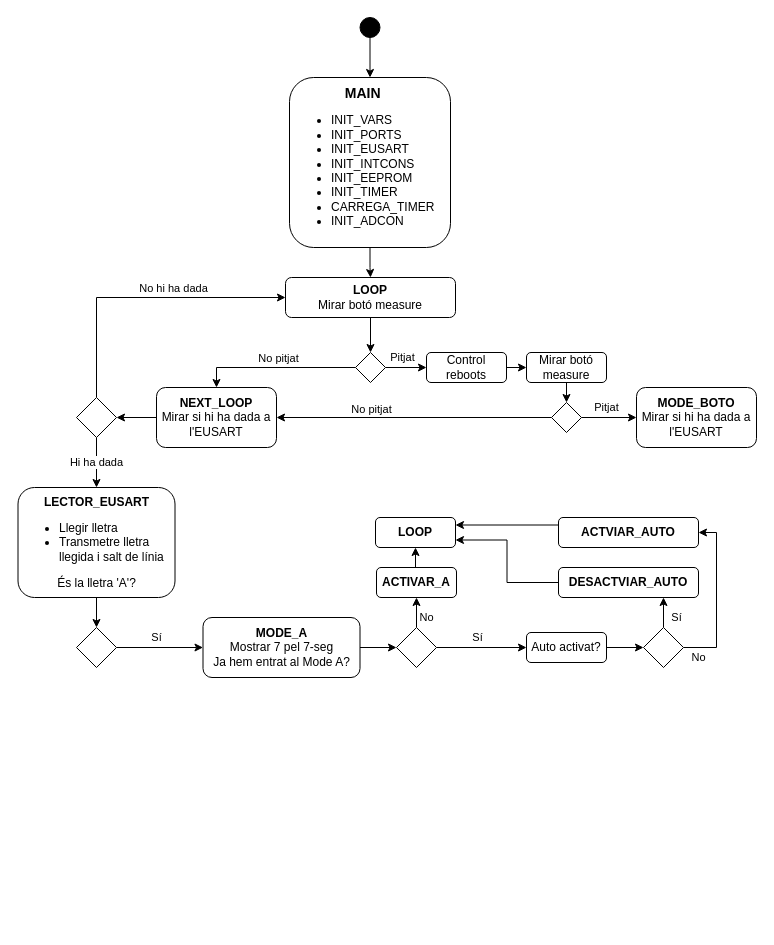
Earlier version of the draw.io diagram DiagramaSoftware.drawio (mvalsells/LS-SDM-P2-SONO). Source tidied: cells renumbered, new cells numbered last; positions are measured from the earlier drawing's top-left corner, leaving out a move shared by most shapes. Both pictures are drawn from the tidied source at 100%, with x=0, y=0 at pixel (18, 17).
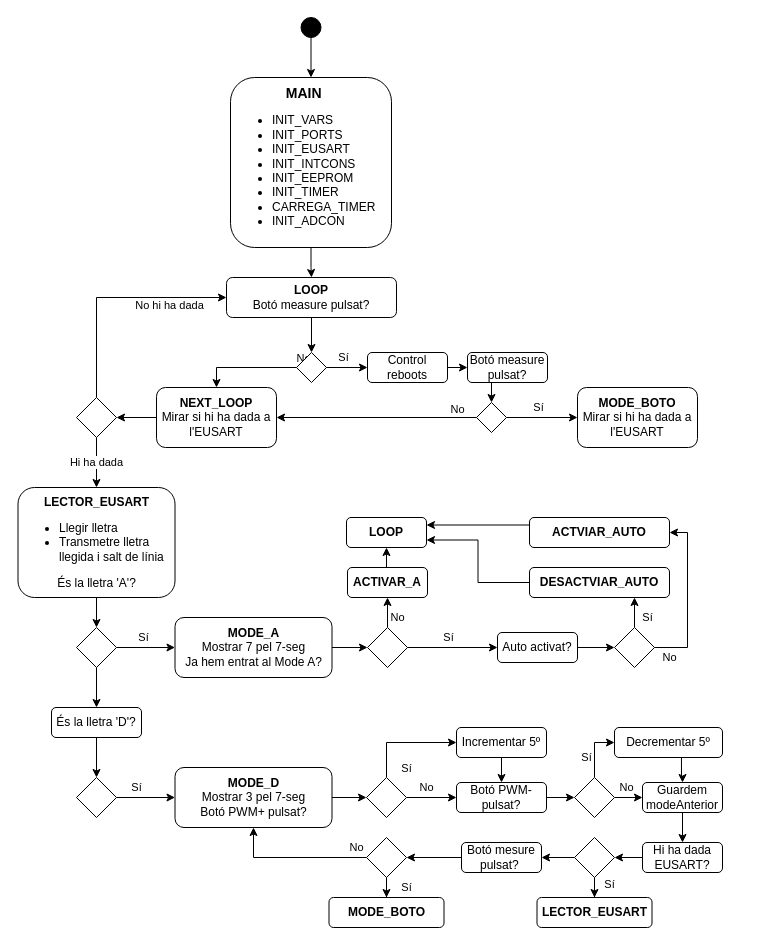
After the change.

Commit message (it also covers changes not shown here):
DiagramaSoftware Mode D

The change refers to these unchanged cells:
```xml
<mxCell id="9" style="edgeStyle=orthogonalEdgeStyle;rounded=0;jettySize=auto;html=1;exitX=0;exitY=0.5;exitDx=0;exitDy=0;entryX=0.5;entryY=0;entryDx=0;entryDy=0;" parent="1" edge="1" source="21" target="14">
  <mxGeometry relative="1" as="geometry" />
</mxCell>
<mxCell id="17" style="edgeStyle=orthogonalEdgeStyle;rounded=0;jettySize=auto;html=1;exitX=0;exitY=0.5;exitDx=0;exitDy=0;" parent="1" edge="1" source="20" target="14">
  <mxGeometry relative="1" as="geometry" />
</mxCell>
<mxCell id="30" style="rhombus;whiteSpace=wrap;html=1;fillColor=#FFFFFF;" parent="1" vertex="1">
  <mxGeometry x="58" y="610" width="40" height="40" as="geometry" />
</mxCell>
```

Diff of the diagram source:
```diff
@@
     <mxCell id="3" style="ellipse;whiteSpace=wrap;html=1;fillColor=#000000;" parent="1" vertex="1">
-      <mxGeometry x="341.5" width="20" height="20" as="geometry" />
+      <mxGeometry x="282.5" width="20" height="20" as="geometry" />
     </mxCell>
@@
     <mxCell id="5" value="&lt;div style=&quot;text-align: center&quot;&gt;&lt;b&gt;&lt;font style=&quot;font-size: 14px&quot;&gt;MAIN&lt;/font&gt;&lt;/b&gt;&lt;/div&gt;&lt;div&gt;&lt;ul&gt;&lt;li&gt;&lt;span&gt;INIT_VARS&lt;/span&gt;&lt;/li&gt;&lt;li&gt;&lt;span&gt;INIT_PORTS&lt;/span&gt;&lt;/li&gt;&lt;li&gt;&lt;span&gt;INIT_EUSART&lt;/span&gt;&lt;/li&gt;&lt;li&gt;&lt;span&gt;INIT_INTCONS&lt;/span&gt;&lt;/li&gt;&lt;li&gt;&lt;span&gt;INIT_EEPROM&lt;/span&gt;&lt;/li&gt;&lt;li&gt;&lt;span&gt;INIT_TIMER&lt;/span&gt;&lt;/li&gt;&lt;li&gt;CARREGA_TIMER&lt;/li&gt;&lt;li&gt;INIT_ADCON&lt;/li&gt;&lt;/ul&gt;&lt;/div&gt;" style="rounded=1;whiteSpace=wrap;html=1;fillColor=#FFFFFF;align=left;" parent="1" vertex="1">
-      <mxGeometry x="271" y="60" width="161" height="170" as="geometry" />
+      <mxGeometry x="212" y="60" width="161" height="170" as="geometry" />
     </mxCell>
@@
-    <mxCell id="7" value="&lt;b&gt;LOOP&lt;/b&gt;&lt;br&gt;Mirar botó measure" style="rounded=1;whiteSpace=wrap;html=1;fillColor=#FFFFFF;" parent="1" vertex="1">
-      <mxGeometry x="267" y="260" width="170" height="40" as="geometry" />
+    <mxCell id="7" value="&lt;b&gt;LOOP&lt;/b&gt;&lt;br&gt;Botó measure pulsat?" style="rounded=1;whiteSpace=wrap;html=1;fillColor=#FFFFFF;" parent="1" vertex="1">
+      <mxGeometry x="208" y="260" width="170" height="40" as="geometry" />
     </mxCell>
-    <mxCell id="8" value="Pitjat" style="edgeStyle=orthogonalEdgeStyle;rounded=0;jettySize=auto;html=1;exitX=1;exitY=0.5;exitDx=0;exitDy=0;entryX=0;entryY=0.5;entryDx=0;entryDy=0;" parent="1" edge="1" source="21" target="12">
+    <mxCell id="8" value="Sí" style="edgeStyle=orthogonalEdgeStyle;rounded=0;jettySize=auto;html=1;exitX=1;exitY=0.5;exitDx=0;exitDy=0;entryX=0;entryY=0.5;entryDx=0;entryDy=0;" parent="1" edge="1" source="21" target="12">
       <mxGeometry x="-0.18" y="10" relative="1" as="geometry" />
     </mxCell>
@@
-    <mxCell id="10" value="No pitjat" style="edgeLabel;html=1;align=center;verticalAlign=middle;" parent="9" vertex="1">
+    <mxCell id="10" value="No" style="edgeLabel;html=1;align=center;verticalAlign=middle;" parent="9" vertex="1">
       <mxGeometry x="0.21" y="-4" relative="1" as="geometry">
-        <mxPoint x="18" y="-6" as="offset" />
+        <mxPoint x="67" y="-6" as="offset" />
       </mxGeometry>
     </mxCell>
@@
     <mxCell id="12" value="Control reboots" style="rounded=1;whiteSpace=wrap;html=1;fillColor=#FFFFFF;" parent="1" vertex="1">
-      <mxGeometry x="408" y="335" width="80" height="30" as="geometry" />
+      <mxGeometry x="349" y="335" width="80" height="30" as="geometry" />
     </mxCell>
@@
-    <mxCell id="16" value="Mirar botó measure" style="rounded=1;whiteSpace=wrap;html=1;fillColor=#FFFFFF;" parent="1" vertex="1">
-      <mxGeometry x="508" y="335" width="80" height="30" as="geometry" />
+    <mxCell id="16" value="Botó measure pulsat?" style="rounded=1;whiteSpace=wrap;html=1;fillColor=#FFFFFF;" parent="1" vertex="1">
+      <mxGeometry x="449" y="335" width="80" height="30" as="geometry" />
     </mxCell>
@@
-    <mxCell id="18" value="No pitjat" style="edgeLabel;html=1;align=center;verticalAlign=middle;" parent="17" vertex="1">
+    <mxCell id="18" value="No" style="edgeLabel;html=1;align=center;verticalAlign=middle;" parent="17" vertex="1">
       <mxGeometry x="0.42" y="-4" relative="1" as="geometry">
-        <mxPoint x="14" y="-5" as="offset" />
+        <mxPoint x="122" y="-5" as="offset" />
       </mxGeometry>
     </mxCell>
-    <mxCell id="19" value="Pitjat" style="edgeStyle=orthogonalEdgeStyle;rounded=0;jettySize=auto;html=1;exitX=1;exitY=0.5;exitDx=0;exitDy=0;entryX=0;entryY=0.5;entryDx=0;entryDy=0;" parent="1" edge="1" source="20" target="22">
+    <mxCell id="19" value="Sí" style="edgeStyle=orthogonalEdgeStyle;rounded=0;jettySize=auto;html=1;exitX=1;exitY=0.5;exitDx=0;exitDy=0;entryX=0;entryY=0.5;entryDx=0;entryDy=0;" parent="1" edge="1" source="20" target="22">
       <mxGeometry x="-0.09" y="10" relative="1" as="geometry" />
     </mxCell>
     <mxCell id="20" style="rhombus;whiteSpace=wrap;html=1;fillColor=#FFFFFF;" parent="1" vertex="1">
-      <mxGeometry x="533" y="385" width="30" height="30" as="geometry" />
+      <mxGeometry x="458" y="385" width="30" height="30" as="geometry" />
     </mxCell>
     <mxCell id="21" style="rhombus;whiteSpace=wrap;html=1;fillColor=#FFFFFF;" parent="1" vertex="1">
-      <mxGeometry x="337" y="335" width="30" height="30" as="geometry" />
+      <mxGeometry x="278" y="335" width="30" height="30" as="geometry" />
     </mxCell>
     <mxCell id="22" value="&lt;b&gt;MODE_BOTO&lt;/b&gt;&lt;br&gt;Mirar si hi ha dada a l'EUSART" style="rounded=1;whiteSpace=wrap;html=1;fillColor=#FFFFFF;" parent="1" vertex="1">
-      <mxGeometry x="618" y="370" width="120" height="60" as="geometry" />
+      <mxGeometry x="559" y="370" width="120" height="60" as="geometry" />
     </mxCell>
@@
+    <mxCell id="48" style="edgeStyle=orthogonalEdgeStyle;rounded=0;jettySize=auto;html=1;" parent="1" edge="1" source="30" target="50">
+      <mxGeometry relative="1" as="geometry" />
+    </mxCell>
@@
     <mxCell id="32" value="&lt;b&gt;MODE_A&lt;/b&gt;&lt;br&gt;&lt;span style=&quot;text-align: left&quot;&gt;Mostrar 7 pel 7-seg&lt;/span&gt;&lt;br&gt;Ja hem entrat al Mode A?" style="rounded=1;whiteSpace=wrap;html=1;fillColor=#FFFFFF;" parent="1" vertex="1">
-      <mxGeometry x="184.5" y="600" width="157" height="60" as="geometry" />
+      <mxGeometry x="156.5" y="600" width="157" height="60" as="geometry" />
     </mxCell>
@@
     <mxCell id="35" style="rhombus;whiteSpace=wrap;html=1;fillColor=#FFFFFF;" parent="1" vertex="1">
-      <mxGeometry x="378" y="610" width="40" height="40" as="geometry" />
+      <mxGeometry x="349" y="610" width="40" height="40" as="geometry" />
     </mxCell>
@@
     <mxCell id="37" value="&lt;b&gt;ACTIVAR_A&lt;/b&gt;" style="rounded=1;whiteSpace=wrap;html=1;fillColor=#FFFFFF;" parent="1" vertex="1">
-      <mxGeometry x="358" y="550" width="80" height="30" as="geometry" />
+      <mxGeometry x="329" y="550" width="80" height="30" as="geometry" />
     </mxCell>
     <mxCell id="38" value="&lt;b&gt;LOOP&lt;/b&gt;" style="rounded=1;whiteSpace=wrap;html=1;fillColor=#FFFFFF;" parent="1" vertex="1">
-      <mxGeometry x="357" y="500" width="80" height="30" as="geometry" />
+      <mxGeometry x="328" y="500" width="80" height="30" as="geometry" />
     </mxCell>
@@
     <mxCell id="40" value="Auto activat?" style="rounded=1;whiteSpace=wrap;html=1;fillColor=#FFFFFF;align=center;" parent="1" vertex="1">
-      <mxGeometry x="508" y="615" width="80" height="30" as="geometry" />
+      <mxGeometry x="479" y="615" width="80" height="30" as="geometry" />
     </mxCell>
@@
     <mxCell id="42" value="No" style="edgeStyle=orthogonalEdgeStyle;rounded=0;jettySize=auto;html=1;exitX=1;exitY=0.5;exitDx=0;exitDy=0;entryX=1;entryY=0.5;entryDx=0;entryDy=0;" parent="1" edge="1" source="43" target="47">
       <mxGeometry x="-0.82" y="-10" relative="1" as="geometry">
         <Array as="points">
-          <mxPoint x="698" y="630" />
-          <mxPoint x="698" y="515" />
+          <mxPoint x="669" y="630" />
+          <mxPoint x="669" y="515" />
         </Array>
       </mxGeometry>
     </mxCell>
     <mxCell id="43" style="rhombus;whiteSpace=wrap;html=1;fillColor=#FFFFFF;" parent="1" vertex="1">
-      <mxGeometry x="625" y="610" width="40" height="40" as="geometry" />
+      <mxGeometry x="596" y="610" width="40" height="40" as="geometry" />
     </mxCell>
@@
     <mxCell id="45" value="&lt;b&gt;DESACTVIAR_AUTO&lt;/b&gt;" style="rounded=1;whiteSpace=wrap;html=1;fillColor=#FFFFFF;" parent="1" vertex="1">
-      <mxGeometry x="540" y="550" width="140" height="30" as="geometry" />
+      <mxGeometry x="511" y="550" width="140" height="30" as="geometry" />
     </mxCell>
@@
     <mxCell id="47" value="&lt;b&gt;ACTVIAR_AUTO&lt;/b&gt;" style="rounded=1;whiteSpace=wrap;html=1;fillColor=#FFFFFF;" parent="1" vertex="1">
-      <mxGeometry x="540" y="500" width="140" height="30" as="geometry" />
+      <mxGeometry x="511" y="500" width="140" height="30" as="geometry" />
     </mxCell>
+    <mxCell id="49" style="edgeStyle=orthogonalEdgeStyle;rounded=0;jettySize=auto;html=1;" parent="1" edge="1" source="50" target="52">
+      <mxGeometry relative="1" as="geometry" />
+    </mxCell>
+    <mxCell id="50" value="És la lletra 'D'?" style="rounded=1;whiteSpace=wrap;html=1;fillColor=#FFFFFF;" parent="1" vertex="1">
+      <mxGeometry x="33" y="690" width="90" height="30" as="geometry" />
+    </mxCell>
+    <mxCell id="51" value="Sí" style="edgeStyle=orthogonalEdgeStyle;rounded=0;jettySize=auto;html=1;" parent="1" edge="1" source="52" target="54">
+      <mxGeometry x="-0.32" y="10" relative="1" as="geometry" />
+    </mxCell>
+    <mxCell id="52" style="rhombus;whiteSpace=wrap;html=1;" parent="1" vertex="1">
+      <mxGeometry x="58" y="760" width="40" height="40" as="geometry" />
+    </mxCell>
+    <mxCell id="53" style="edgeStyle=orthogonalEdgeStyle;rounded=0;jettySize=auto;html=1;" parent="1" edge="1" source="54" target="57">
+      <mxGeometry relative="1" as="geometry" />
+    </mxCell>
+    <mxCell id="54" value="&lt;b&gt;MODE_D&lt;/b&gt;&lt;br&gt;&lt;span style=&quot;text-align: left&quot;&gt;Mostrar 3 pel 7-seg&lt;/span&gt;&lt;br&gt;Botó PWM+ pulsat?" style="rounded=1;whiteSpace=wrap;html=1;fillColor=#FFFFFF;" parent="1" vertex="1">
+      <mxGeometry x="156.5" y="750" width="157" height="60" as="geometry" />
+    </mxCell>
+    <mxCell id="55" value="Sí" style="edgeStyle=orthogonalEdgeStyle;rounded=0;jettySize=auto;html=1;entryX=0;entryY=0.5;entryDx=0;entryDy=0;" parent="1" edge="1" source="57" target="59">
+      <mxGeometry x="-0.82" y="-20" relative="1" as="geometry">
+        <Array as="points">
+          <mxPoint x="368" y="725" />
+        </Array>
+      </mxGeometry>
+    </mxCell>
+    <mxCell id="56" value="No" style="edgeStyle=orthogonalEdgeStyle;rounded=0;jettySize=auto;html=1;" parent="1" edge="1" source="57" target="61">
+      <mxGeometry x="-0.2" y="10" relative="1" as="geometry" />
+    </mxCell>
+    <mxCell id="57" style="rhombus;whiteSpace=wrap;html=1;" parent="1" vertex="1">
+      <mxGeometry x="348" y="760" width="40" height="40" as="geometry" />
+    </mxCell>
+    <mxCell id="58" style="edgeStyle=orthogonalEdgeStyle;rounded=0;jettySize=auto;html=1;exitX=0.5;exitY=1;exitDx=0;exitDy=0;entryX=0.5;entryY=0;entryDx=0;entryDy=0;" parent="1" edge="1" source="59" target="61">
+      <mxGeometry relative="1" as="geometry" />
+    </mxCell>
+    <mxCell id="59" value="Incrementar 5º" style="rounded=1;whiteSpace=wrap;html=1;fillColor=#FFFFFF;" parent="1" vertex="1">
+      <mxGeometry x="438" y="710" width="90" height="30" as="geometry" />
+    </mxCell>
+    <mxCell id="60" style="edgeStyle=orthogonalEdgeStyle;rounded=0;jettySize=auto;html=1;" parent="1" edge="1" source="61" target="72">
+      <mxGeometry relative="1" as="geometry" />
+    </mxCell>
+    <mxCell id="61" value="Botó PWM- pulsat?" style="rounded=1;whiteSpace=wrap;html=1;fillColor=#FFFFFF;" parent="1" vertex="1">
+      <mxGeometry x="438" y="765" width="90" height="30" as="geometry" />
+    </mxCell>
+    <mxCell id="62" style="edgeStyle=orthogonalEdgeStyle;rounded=0;jettySize=auto;html=1;" parent="1" edge="1" source="63" target="74">
+      <mxGeometry relative="1" as="geometry" />
+    </mxCell>
+    <mxCell id="63" value="Guardem modeAnterior" style="rounded=1;whiteSpace=wrap;html=1;fillColor=#FFFFFF;" parent="1" vertex="1">
+      <mxGeometry x="624" y="765" width="80" height="30" as="geometry" />
+    </mxCell>
+    <mxCell id="64" value="Sí" style="edgeStyle=orthogonalEdgeStyle;rounded=0;jettySize=auto;html=1;" parent="1" edge="1" source="66" target="69">
+      <mxGeometry x="0.11" y="-15" relative="1" as="geometry" />
+    </mxCell>
+    <mxCell id="65" style="edgeStyle=orthogonalEdgeStyle;rounded=0;jettySize=auto;html=1;" parent="1" edge="1" source="66" target="76">
+      <mxGeometry relative="1" as="geometry" />
+    </mxCell>
+    <mxCell id="66" style="rhombus;whiteSpace=wrap;html=1;" parent="1" vertex="1">
+      <mxGeometry x="556" y="820" width="40" height="40" as="geometry" />
+    </mxCell>
+    <mxCell id="67" style="edgeStyle=orthogonalEdgeStyle;rounded=0;jettySize=auto;html=1;exitX=0.62;exitY=1;exitDx=0;exitDy=0;exitPerimeter=0;" parent="1" edge="1" source="68" target="63">
+      <mxGeometry relative="1" as="geometry" />
+    </mxCell>
+    <mxCell id="68" value="Decrementar 5º" style="rounded=1;whiteSpace=wrap;html=1;fillColor=#FFFFFF;" parent="1" vertex="1">
+      <mxGeometry x="596" y="710" width="108" height="30" as="geometry" />
+    </mxCell>
+    <mxCell id="69" value="&lt;b&gt;LECTOR_EUSART&lt;/b&gt;" style="rounded=1;whiteSpace=wrap;html=1;fillColor=#FFFFFF;" parent="1" vertex="1">
+      <mxGeometry x="518.5" y="880" width="115" height="30" as="geometry" />
+    </mxCell>
+    <mxCell id="70" value="Sí" style="edgeStyle=orthogonalEdgeStyle;rounded=0;jettySize=auto;html=1;exitX=0.5;exitY=0;exitDx=0;exitDy=0;entryX=0;entryY=0.5;entryDx=0;entryDy=0;" parent="1" edge="1" source="72" target="68">
+      <mxGeometry x="-0.27" y="8" relative="1" as="geometry" />
+    </mxCell>
+    <mxCell id="71" value="No" style="edgeStyle=orthogonalEdgeStyle;rounded=0;jettySize=auto;html=1;" parent="1" edge="1" source="72" target="63">
+      <mxGeometry x="0.38" y="10" relative="1" as="geometry" />
+    </mxCell>
+    <mxCell id="72" style="rhombus;whiteSpace=wrap;html=1;" parent="1" vertex="1">
+      <mxGeometry x="556" y="760" width="40" height="40" as="geometry" />
+    </mxCell>
+    <mxCell id="73" style="edgeStyle=orthogonalEdgeStyle;rounded=0;jettySize=auto;html=1;" parent="1" edge="1" source="74" target="66">
+      <mxGeometry relative="1" as="geometry" />
+    </mxCell>
+    <mxCell id="74" value="Hi ha dada EUSART?" style="rounded=1;whiteSpace=wrap;html=1;fillColor=#FFFFFF;" parent="1" vertex="1">
+      <mxGeometry x="624" y="825" width="80" height="30" as="geometry" />
+    </mxCell>
+    <mxCell id="75" style="edgeStyle=orthogonalEdgeStyle;rounded=0;jettySize=auto;html=1;" parent="1" edge="1" source="76" target="79">
+      <mxGeometry relative="1" as="geometry" />
+    </mxCell>
+    <mxCell id="76" value="Botó mesure pulsat?&amp;nbsp;" style="rounded=1;whiteSpace=wrap;html=1;fillColor=#FFFFFF;" parent="1" vertex="1">
+      <mxGeometry x="443" y="825" width="80" height="30" as="geometry" />
+    </mxCell>
+    <mxCell id="77" value="No" style="edgeStyle=orthogonalEdgeStyle;rounded=0;jettySize=auto;html=1;" parent="1" edge="1" source="79" target="54">
+      <mxGeometry x="-0.86" y="-10" relative="1" as="geometry" />
+    </mxCell>
+    <mxCell id="78" value="Sí" style="edgeStyle=orthogonalEdgeStyle;rounded=0;jettySize=auto;html=1;" parent="1" edge="1" source="79" target="80">
+      <mxGeometry x="0.67" y="20" relative="1" as="geometry" />
+    </mxCell>
+    <mxCell id="79" style="rhombus;whiteSpace=wrap;html=1;" parent="1" vertex="1">
+      <mxGeometry x="348" y="820" width="40" height="40" as="geometry" />
+    </mxCell>
+    <mxCell id="80" value="&lt;b&gt;MODE_BOTO&lt;/b&gt;" style="rounded=1;whiteSpace=wrap;html=1;fillColor=#FFFFFF;" parent="1" vertex="1">
+      <mxGeometry x="310.5" y="880" width="115" height="30" as="geometry" />
+    </mxCell>
```
